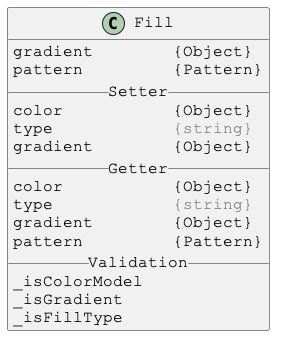
Before: docs/PlantUml/images/Fill.png, a diagram exported from PlantUML (Justin-Byrne/canvasLab).
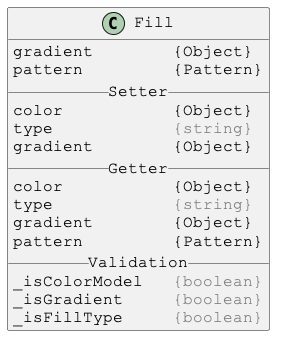
The same file after the commit.

What changed in the source:
```diff
@@ -16,9 +16,9 @@
 gradient        {Object}
 pattern         {Pattern}
 __ Validation __
-_isColorModel
-_isGradient
-_isFillType
+_isColorModel   <color:gray>{boolean}</color>
+_isGradient     <color:gray>{boolean}</color>
+_isFillType     <color:gray>{boolean}</color>
 }
 
 @enduml
```
